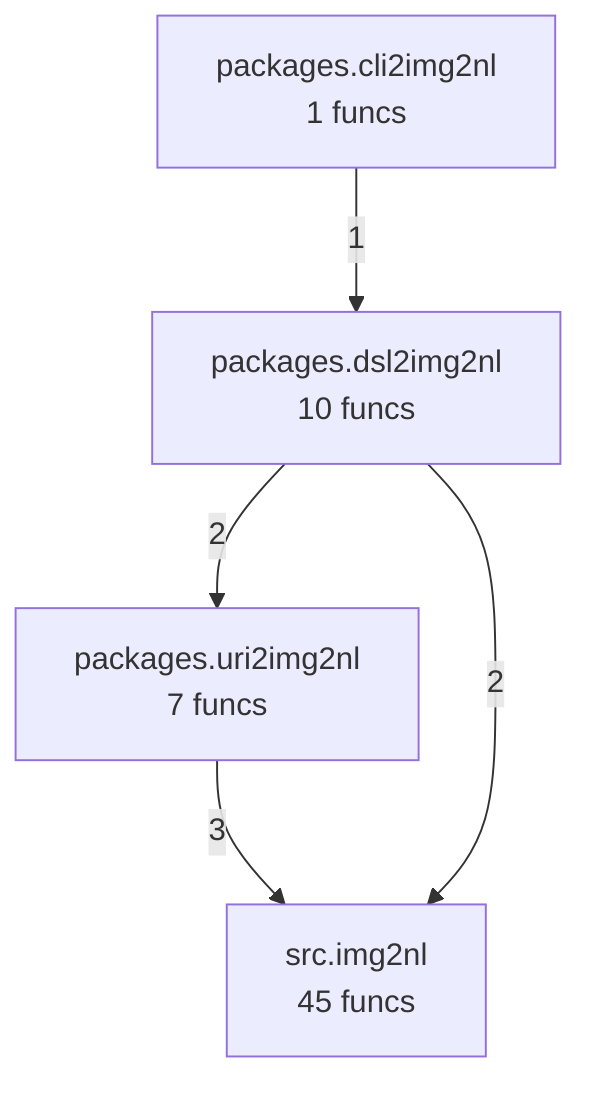
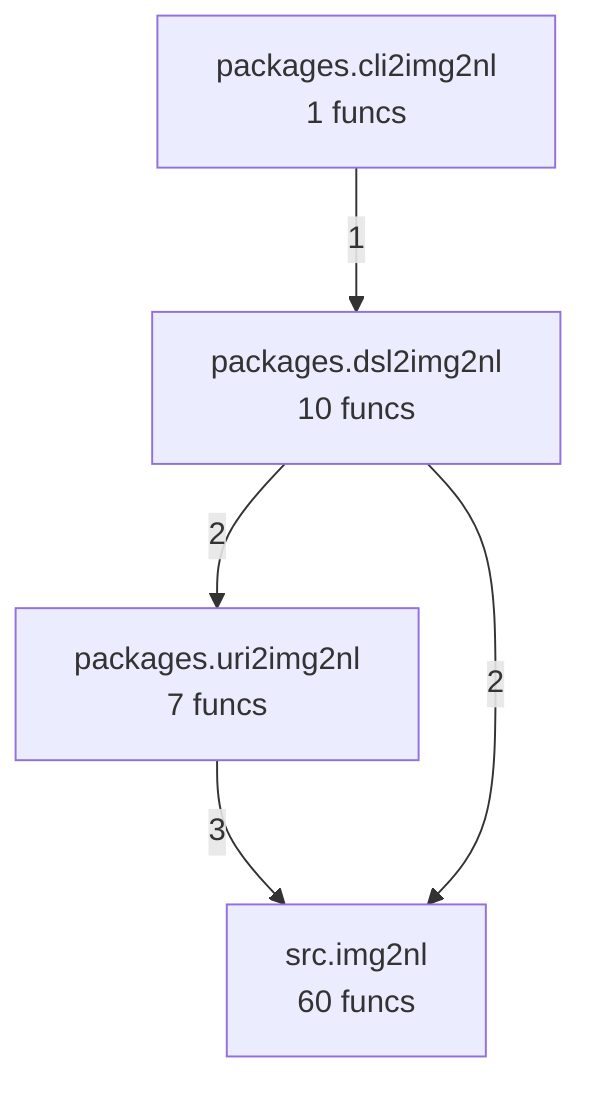
flowchart TD
%% generated in 0.01s
    packages__cli2img2nl["packages.cli2img2nl<br/>1 funcs"]
    packages__dsl2img2nl["packages.dsl2img2nl<br/>10 funcs"]
    packages__uri2img2nl["packages.uri2img2nl<br/>7 funcs"]
-     src__img2nl["src.img2nl<br/>45 funcs"]
+     src__img2nl["src.img2nl<br/>60 funcs"]
    packages__uri2img2nl -->|3| src__img2nl
    packages__dsl2img2nl -->|2| src__img2nl
    packages__dsl2img2nl -->|2| packages__uri2img2nl
    packages__cli2img2nl -->|1| packages__dsl2img2nl
